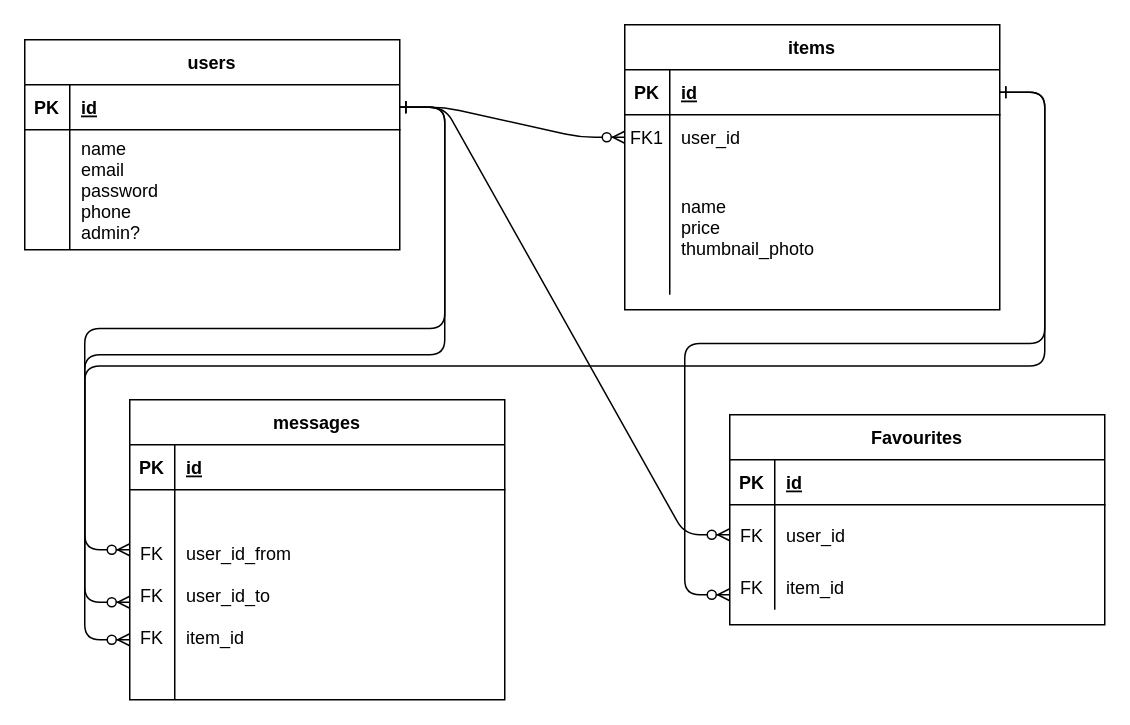
Earlier version of the draw.io diagram Untitled Diagram.drawio (curtiskelowna/git-mania). Source tidied: cells renumbered, new cells numbered last; positions are measured from the earlier drawing's top-left corner, leaving out a move shared by most shapes. Both pictures are drawn from the tidied source at 150%, with x=0, y=0 at pixel (24, 24).
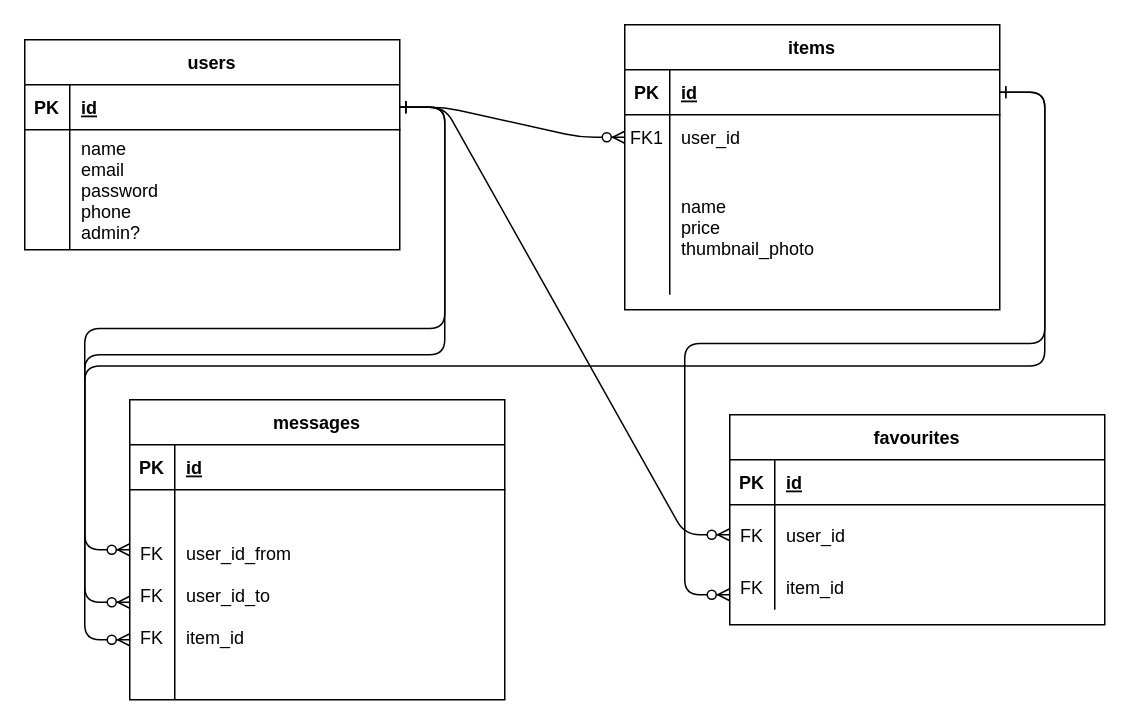
The same page after the edit.

What changed in the source:
```diff
@@
-    <mxCell id="14" value="Favourites" style="shape=table;startSize=30;childLayout=tableLayout;rowLines=0;fontStyle=1;align=center;" parent="1" vertex="1">
+    <mxCell id="14" value="favourites" style="shape=table;startSize=30;childLayout=tableLayout;rowLines=0;fontStyle=1;align=center;" parent="1" vertex="1">
       <mxGeometry x="470" y="260" width="250" height="140" as="geometry" />
     </mxCell>
```
